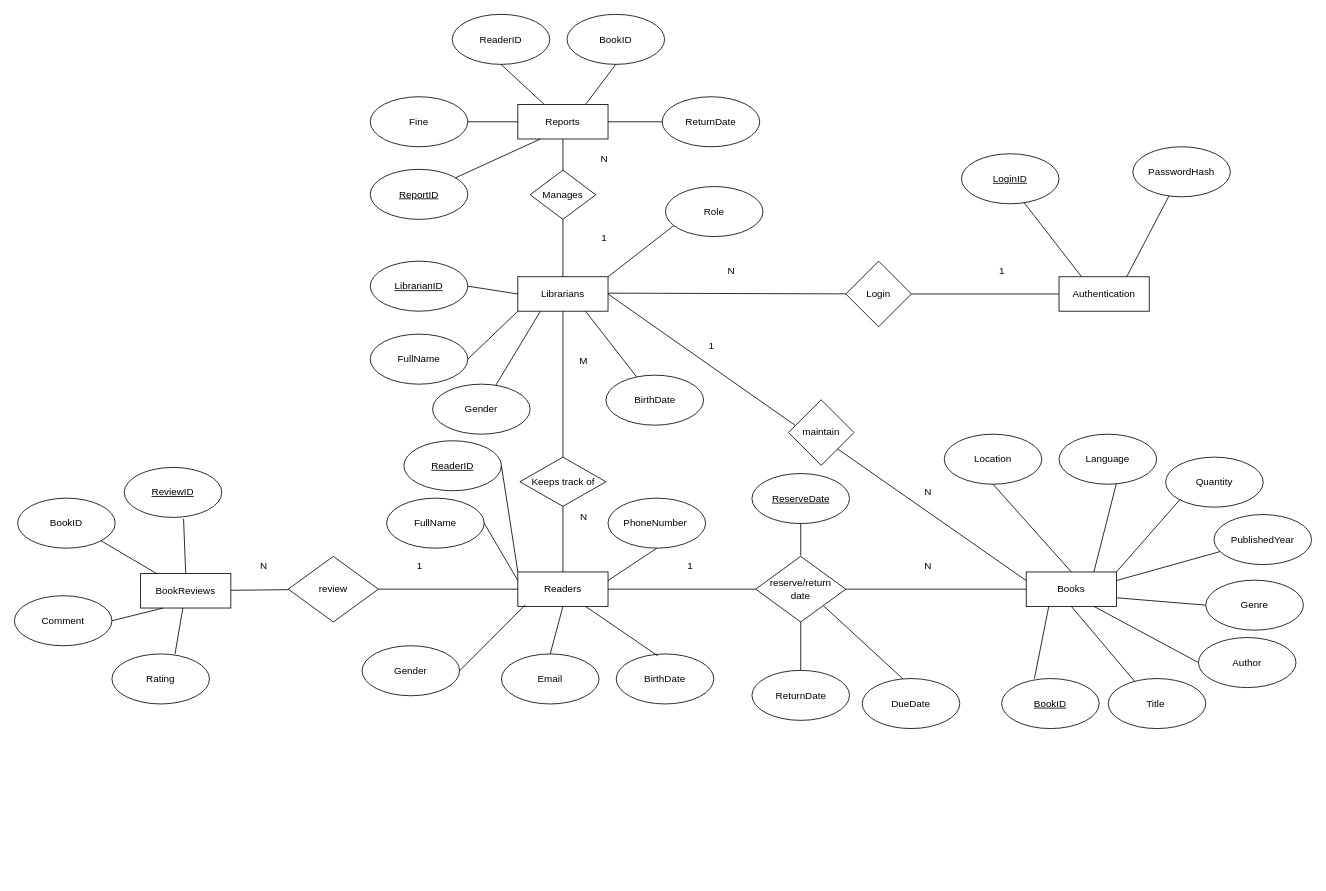
Before: .idea/library.drawio in thanhpro0802/demo, a draw.io diagram. Source tidied: cells renumbered, new cells numbered last; positions are measured from the earlier drawing's top-left corner, leaving out a move shared by most shapes. Both pictures are drawn from the tidied source at 82%, with x=0, y=0 at pixel (14, 14).
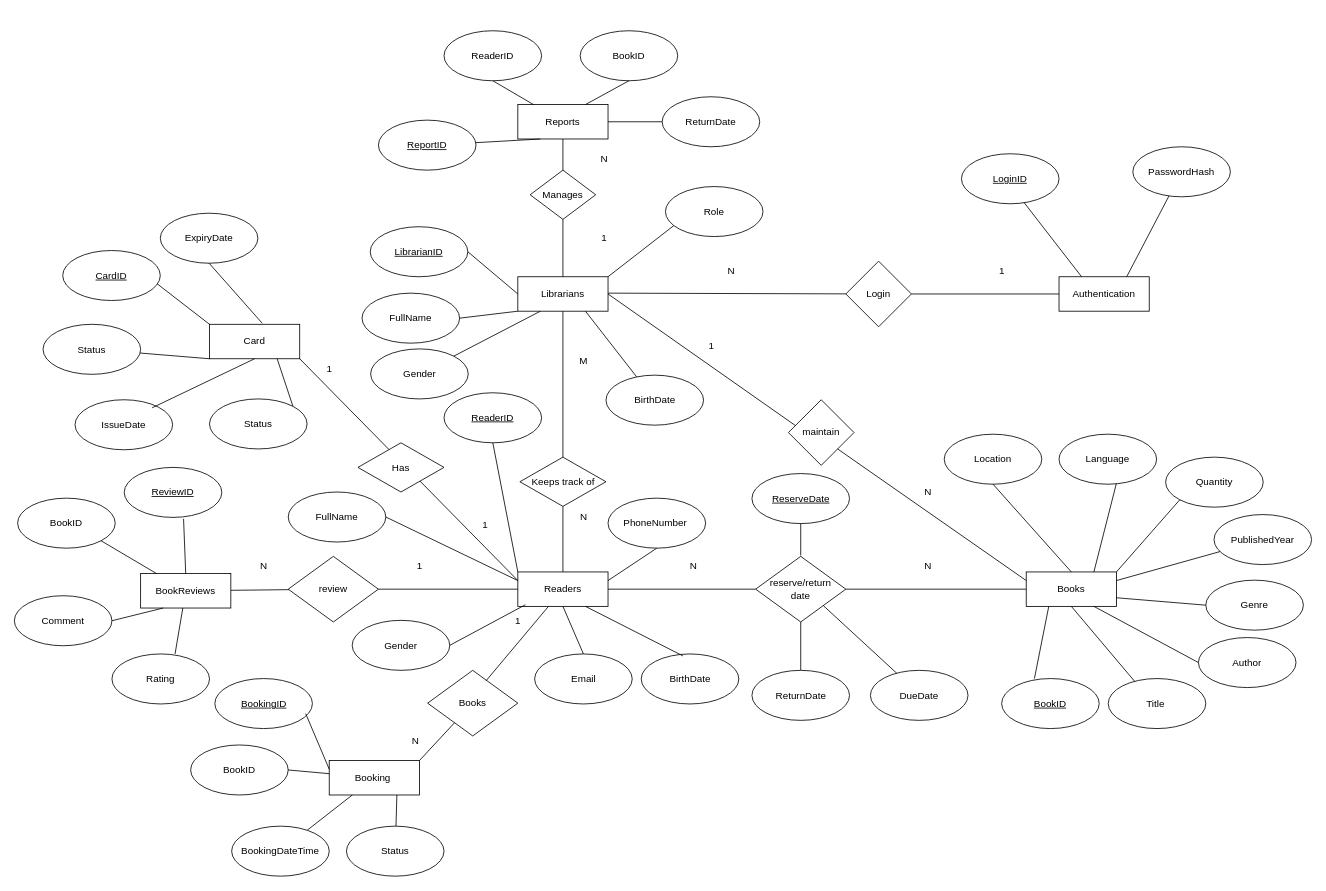
After the change.

The change refers to these unchanged cells:
```xml
<mxCell id="2" value="Reports" style="rounded=0;whiteSpace=wrap;html=1;" parent="1" vertex="1">
  <mxGeometry x="614" y="110" width="110" height="42" as="geometry" />
</mxCell>
<mxCell id="30" value="Readers" style="rounded=0;whiteSpace=wrap;html=1;" parent="1" vertex="1">
  <mxGeometry x="614" y="680" width="110" height="42" as="geometry" />
</mxCell>
```

Change to the diagram source:
```diff
@@
     <mxCell id="3" value="ReaderID" style="ellipse;whiteSpace=wrap;html=1;" parent="1" vertex="1">
-      <mxGeometry x="534" width="119" height="61" as="geometry" />
+      <mxGeometry x="524" y="20" width="119" height="61" as="geometry" />
     </mxCell>
@@
     <mxCell id="5" value="BookID" style="ellipse;whiteSpace=wrap;html=1;" parent="1" vertex="1">
-      <mxGeometry x="674" width="119" height="61" as="geometry" />
+      <mxGeometry x="690" y="20" width="119" height="61" as="geometry" />
     </mxCell>
-    <mxCell id="6" value="Fine" style="ellipse;whiteSpace=wrap;html=1;" parent="1" vertex="1">
-      <mxGeometry x="434" y="100.5" width="119" height="61" as="geometry" />
-    </mxCell>
@@
-    <mxCell id="10" style="endArrow=none;html=1;rounded=0;entryX=1;entryY=0.5;entryDx=0;entryDy=0;exitX=0;exitY=0.5;exitDx=0;exitDy=0;" parent="1" edge="1" source="2" target="6">
-      <mxGeometry relative="1" as="geometry" />
-    </mxCell>
@@
     <mxCell id="15" value="&lt;u&gt;ReportID&lt;/u&gt;" style="ellipse;whiteSpace=wrap;html=1;" parent="1" vertex="1">
-      <mxGeometry x="434" y="189" width="119" height="61" as="geometry" />
+      <mxGeometry x="444" y="129" width="119" height="61" as="geometry" />
     </mxCell>
@@
     <mxCell id="17" value="&lt;u&gt;LibrarianID&lt;/u&gt;" style="ellipse;whiteSpace=wrap;html=1;" parent="1" vertex="1">
-      <mxGeometry x="434" y="301" width="119" height="61" as="geometry" />
+      <mxGeometry x="434" y="259" width="119" height="61" as="geometry" />
     </mxCell>
     <mxCell id="18" value="FullName" style="ellipse;whiteSpace=wrap;html=1;" parent="1" vertex="1">
-      <mxGeometry x="434" y="390" width="119" height="61" as="geometry" />
+      <mxGeometry x="424" y="340" width="119" height="61" as="geometry" />
     </mxCell>
@@
     <mxCell id="21" value="Gender" style="ellipse;whiteSpace=wrap;html=1;" parent="1" vertex="1">
-      <mxGeometry x="510" y="451" width="119" height="61" as="geometry" />
+      <mxGeometry x="434.5" y="408" width="119" height="61" as="geometry" />
     </mxCell>
@@
     <mxCell id="31" value="&lt;u&gt;ReaderID&lt;/u&gt;" style="ellipse;whiteSpace=wrap;html=1;" parent="1" vertex="1">
-      <mxGeometry x="475" y="520" width="119" height="61" as="geometry" />
+      <mxGeometry x="524" y="461.5" width="119" height="61" as="geometry" />
     </mxCell>
-    <mxCell id="32" style="endArrow=none;html=1;rounded=0;exitX=1;exitY=0.5;exitDx=0;exitDy=0;entryX=0;entryY=0;entryDx=0;entryDy=0;" parent="1" edge="1" source="31" target="30">
-      <mxGeometry relative="1" as="geometry" />
-    </mxCell>
     <mxCell id="33" value="FullName" style="ellipse;whiteSpace=wrap;html=1;" parent="1" vertex="1">
-      <mxGeometry x="454" y="590" width="119" height="61" as="geometry" />
+      <mxGeometry x="334" y="582.5" width="119" height="61" as="geometry" />
     </mxCell>
@@
     <mxCell id="35" value="Gender" style="ellipse;whiteSpace=wrap;html=1;" parent="1" vertex="1">
-      <mxGeometry x="424" y="770" width="119" height="61" as="geometry" />
+      <mxGeometry x="412" y="739" width="119" height="61" as="geometry" />
     </mxCell>
@@
     <mxCell id="37" value="Email" style="ellipse;whiteSpace=wrap;html=1;" parent="1" vertex="1">
-      <mxGeometry x="594" y="780" width="119" height="61" as="geometry" />
+      <mxGeometry x="634.5" y="780" width="119" height="61" as="geometry" />
     </mxCell>
     <mxCell id="38" value="BirthDate" style="ellipse;whiteSpace=wrap;html=1;" parent="1" vertex="1">
-      <mxGeometry x="734" y="780" width="119" height="61" as="geometry" />
+      <mxGeometry x="764.5" y="780" width="119" height="61" as="geometry" />
     </mxCell>
@@
     <mxCell id="50" value="DueDate" style="ellipse;whiteSpace=wrap;html=1;" parent="1" vertex="1">
-      <mxGeometry x="1034" y="810" width="119" height="61" as="geometry" />
+      <mxGeometry x="1044" y="800" width="119" height="61" as="geometry" />
     </mxCell>
@@
-    <mxCell id="84" value="1" style="text;html=1;align=center;verticalAlign=middle;strokeColor=none;fillColor=none;" parent="1" vertex="1">
-      <mxGeometry x="809" y="658" width="30" height="30" as="geometry" />
-    </mxCell>
@@
+    <mxCell id="105" value="Card" style="rounded=0;whiteSpace=wrap;html=1;" parent="1" vertex="1">
+      <mxGeometry x="238" y="378" width="110" height="42" as="geometry" />
+    </mxCell>
+    <mxCell id="106" value="&lt;u&gt;CardID&lt;/u&gt;" style="ellipse;whiteSpace=wrap;html=1;" parent="1" vertex="1">
+      <mxGeometry x="59" y="288" width="119" height="61" as="geometry" />
+    </mxCell>
+    <mxCell id="107" value="Status" style="ellipse;whiteSpace=wrap;html=1;" parent="1" vertex="1">
+      <mxGeometry x="35" y="378" width="119" height="61" as="geometry" />
+    </mxCell>
+    <mxCell id="108" style="endArrow=none;html=1;rounded=0;entryX=1;entryY=1;entryDx=0;entryDy=0;exitX=0;exitY=0.25;exitDx=0;exitDy=0;" parent="1" edge="1" source="30" target="105">
+      <mxGeometry relative="1" as="geometry" />
+    </mxCell>
+    <mxCell id="109" value="Has" style="rhombus;whiteSpace=wrap;html=1;" parent="1" vertex="1">
+      <mxGeometry x="419" y="522.5" width="105" height="60" as="geometry" />
+    </mxCell>
+    <mxCell id="110" style="endArrow=none;html=1;rounded=0;entryX=0;entryY=1;entryDx=0;entryDy=0;" parent="1" edge="1" source="107" target="105">
+      <mxGeometry relative="1" as="geometry" />
+    </mxCell>
+    <mxCell id="111" style="endArrow=none;html=1;rounded=0;exitX=0.97;exitY=0.669;exitDx=0;exitDy=0;exitPerimeter=0;entryX=0;entryY=0;entryDx=0;entryDy=0;" parent="1" edge="1" source="106" target="105">
+      <mxGeometry relative="1" as="geometry" />
+    </mxCell>
+    <mxCell id="112" style="endArrow=none;html=1;rounded=0;exitX=0;exitY=0;exitDx=0;exitDy=0;entryX=0.5;entryY=1;entryDx=0;entryDy=0;" parent="1" edge="1" source="30" target="31">
+      <mxGeometry relative="1" as="geometry" />
+    </mxCell>
+    <mxCell id="113" value="IssueDate" style="ellipse;whiteSpace=wrap;html=1;" parent="1" vertex="1">
+      <mxGeometry x="74" y="470" width="119" height="61" as="geometry" />
+    </mxCell>
+    <mxCell id="114" value="ExpiryDate" style="ellipse;whiteSpace=wrap;html=1;" parent="1" vertex="1">
+      <mxGeometry x="178" y="242.5" width="119" height="61" as="geometry" />
+    </mxCell>
+    <mxCell id="115" style="endArrow=none;html=1;rounded=0;exitX=0.79;exitY=0.161;exitDx=0;exitDy=0;exitPerimeter=0;entryX=0.5;entryY=1;entryDx=0;entryDy=0;" parent="1" edge="1" source="113" target="105">
+      <mxGeometry relative="1" as="geometry" />
+    </mxCell>
+    <mxCell id="116" style="endArrow=none;html=1;rounded=0;exitX=0.5;exitY=1;exitDx=0;exitDy=0;entryX=0.585;entryY=-0.029;entryDx=0;entryDy=0;entryPerimeter=0;" parent="1" edge="1" source="114" target="105">
+      <mxGeometry relative="1" as="geometry" />
+    </mxCell>
+    <mxCell id="117" value="Status" style="ellipse;whiteSpace=wrap;html=1;" parent="1" vertex="1">
+      <mxGeometry x="238" y="469" width="119" height="61" as="geometry" />
+    </mxCell>
+    <mxCell id="118" style="endArrow=none;html=1;rounded=0;exitX=1;exitY=0;exitDx=0;exitDy=0;entryX=0.75;entryY=1;entryDx=0;entryDy=0;" parent="1" edge="1" source="117" target="105">
+      <mxGeometry relative="1" as="geometry" />
+    </mxCell>
+    <mxCell id="119" value="Booking&amp;nbsp;" style="rounded=0;whiteSpace=wrap;html=1;" parent="1" vertex="1">
+      <mxGeometry x="384" y="910" width="110" height="42" as="geometry" />
+    </mxCell>
+    <mxCell id="120" value="Books" style="rhombus;whiteSpace=wrap;html=1;" parent="1" vertex="1">
+      <mxGeometry x="504" y="800" width="110" height="80" as="geometry" />
+    </mxCell>
+    <mxCell id="121" style="endArrow=none;html=1;rounded=0;exitX=1;exitY=0;exitDx=0;exitDy=0;" parent="1" edge="1" source="119" target="120">
+      <mxGeometry relative="1" as="geometry" />
+    </mxCell>
+    <mxCell id="122" style="endArrow=none;html=1;rounded=0;exitX=0.647;exitY=0.16;exitDx=0;exitDy=0;exitPerimeter=0;" parent="1" edge="1" source="120" target="30">
+      <mxGeometry relative="1" as="geometry" />
+    </mxCell>
+    <mxCell id="123" value="&lt;u&gt;BookingID&lt;/u&gt;" style="ellipse;whiteSpace=wrap;html=1;" parent="1" vertex="1">
+      <mxGeometry x="244.5" y="810" width="119" height="61" as="geometry" />
+    </mxCell>
+    <mxCell id="124" style="endArrow=none;html=1;rounded=0;exitX=0.931;exitY=0.702;exitDx=0;exitDy=0;exitPerimeter=0;entryX=0;entryY=0.25;entryDx=0;entryDy=0;" parent="1" edge="1" source="123" target="119">
+      <mxGeometry relative="1" as="geometry" />
+    </mxCell>
+    <mxCell id="125" value="BookID" style="ellipse;whiteSpace=wrap;html=1;" parent="1" vertex="1">
+      <mxGeometry x="215" y="891" width="119" height="61" as="geometry" />
+    </mxCell>
+    <mxCell id="126" style="endArrow=none;html=1;rounded=0;exitX=1;exitY=0.5;exitDx=0;exitDy=0;" parent="1" edge="1" source="125" target="119">
+      <mxGeometry relative="1" as="geometry" />
+    </mxCell>
+    <mxCell id="127" value="BookingDateTime" style="ellipse;whiteSpace=wrap;html=1;" parent="1" vertex="1">
+      <mxGeometry x="265" y="990" width="119" height="61" as="geometry" />
+    </mxCell>
+    <mxCell id="128" style="endArrow=none;html=1;rounded=0;" parent="1" edge="1" source="127" target="119">
+      <mxGeometry relative="1" as="geometry" />
+    </mxCell>
+    <mxCell id="129" value="Status" style="ellipse;whiteSpace=wrap;html=1;" parent="1" vertex="1">
+      <mxGeometry x="405" y="990" width="119" height="61" as="geometry" />
+    </mxCell>
+    <mxCell id="130" style="endArrow=none;html=1;rounded=0;entryX=0.75;entryY=1;entryDx=0;entryDy=0;" parent="1" edge="1" source="129" target="119">
+      <mxGeometry relative="1" as="geometry" />
+    </mxCell>
+    <mxCell id="131" value="1" style="text;html=1;align=center;verticalAlign=middle;strokeColor=none;fillColor=none;" parent="1" vertex="1">
+      <mxGeometry x="369" y="418" width="30" height="30" as="geometry" />
+    </mxCell>
+    <mxCell id="132" value="1" style="text;html=1;align=center;verticalAlign=middle;strokeColor=none;fillColor=none;" parent="1" vertex="1">
+      <mxGeometry x="559" y="608" width="30" height="30" as="geometry" />
+    </mxCell>
+    <mxCell id="133" value="N" style="text;html=1;align=center;verticalAlign=middle;strokeColor=none;fillColor=none;" parent="1" vertex="1">
+      <mxGeometry x="474" y="871" width="30" height="30" as="geometry" />
+    </mxCell>
+    <mxCell id="134" value="1" style="text;html=1;align=center;verticalAlign=middle;strokeColor=none;fillColor=none;" parent="1" vertex="1">
+      <mxGeometry x="599" y="724.5" width="30" height="30" as="geometry" />
+    </mxCell>
+    <mxCell id="135" value="N" style="text;html=1;align=center;verticalAlign=middle;strokeColor=none;fillColor=none;" parent="1" vertex="1">
+      <mxGeometry x="813" y="658" width="30" height="30" as="geometry" />
+    </mxCell>
```
